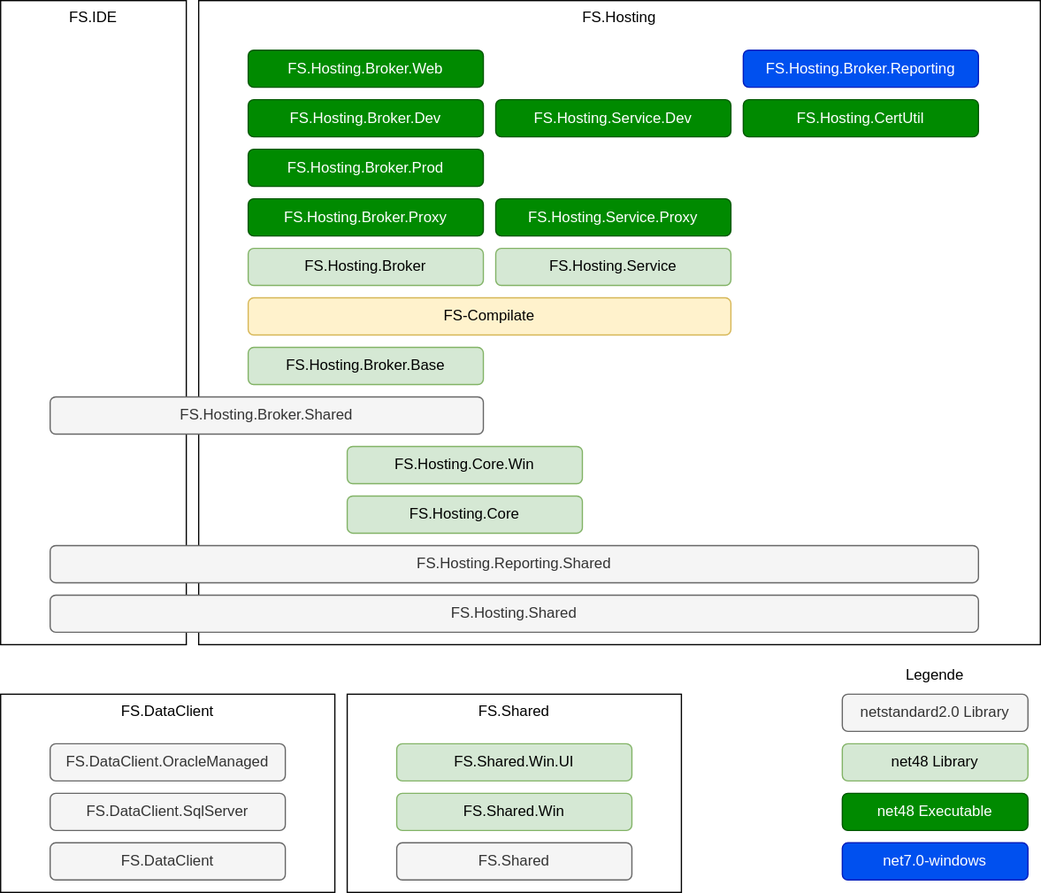
The draw.io diagram v4.8.preview/doc/weitere-themen/media/assembly-struktur.drawio.svg in FrameworkSystemsGmbH/fsdocs, before a commit. Source tidied: cells renumbered, new cells last; positions are measured from the earlier drawing's top-left corner, leaving out a move shared by most shapes.
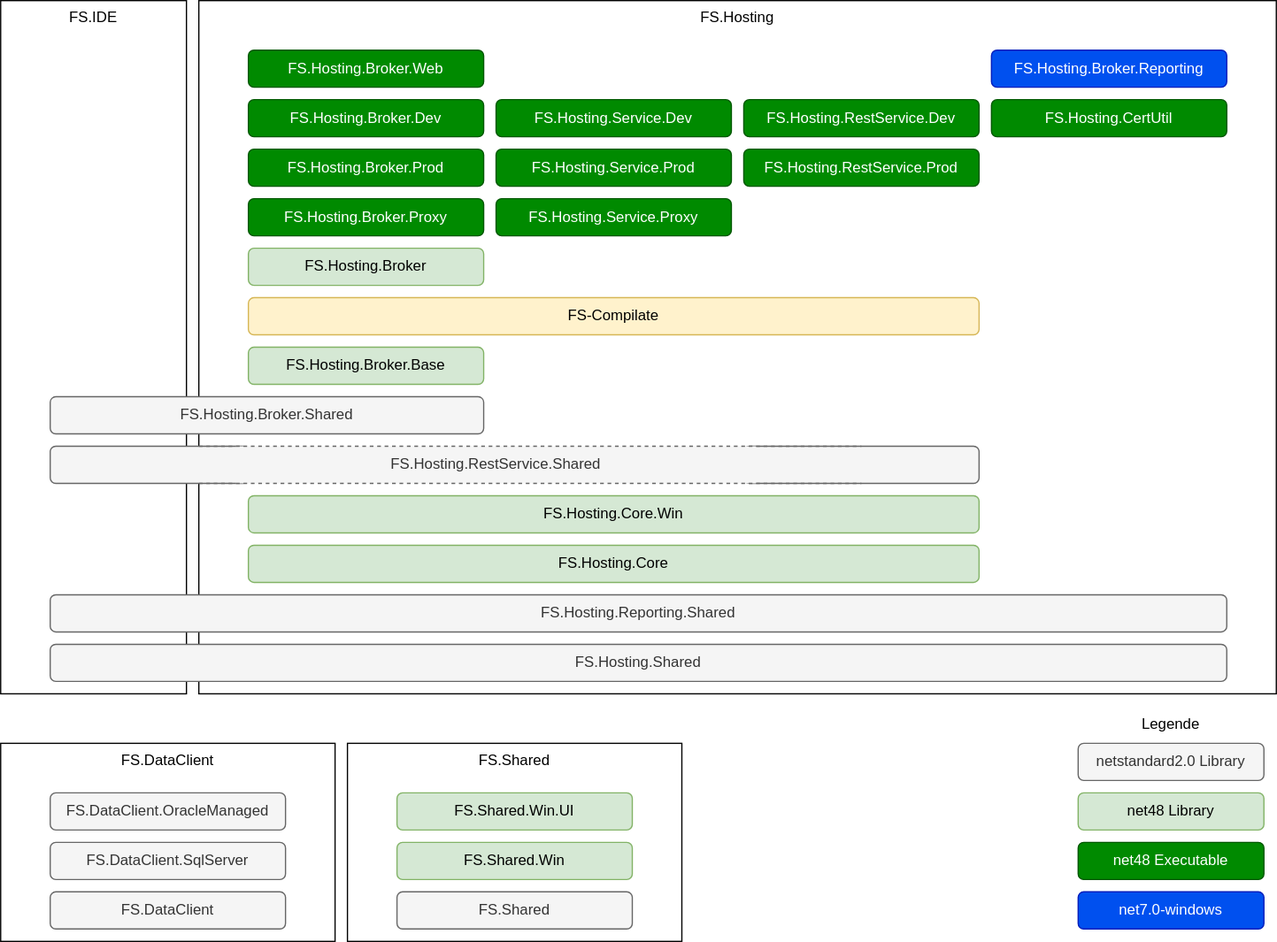
Above is the later version.

What changed in the source:
```diff
@@ -3,10 +3,10 @@
     <mxCell id="0" />
     <mxCell id="1" parent="0" />
     <mxCell id="2" value="FS.IDE" style="rounded=0;whiteSpace=wrap;html=1;align=center;verticalAlign=top;fillColor=none;" parent="1" vertex="1">
-      <mxGeometry width="150" height="520" as="geometry" />
+      <mxGeometry y="-40" width="150" height="560" as="geometry" />
     </mxCell>
-    <mxCell id="3" value="FS.Hosting" style="rounded=0;whiteSpace=wrap;html=1;align=center;verticalAlign=top;fillColor=none;" parent="1" vertex="1">
-      <mxGeometry x="160" width="680" height="520" as="geometry" />
+    <mxCell id="3" value="FS.Hosting" style="rounded=0;whiteSpace=wrap;html=1;align=center;verticalAlign=top;fillColor=none;strokeColor=default;" parent="1" vertex="1">
+      <mxGeometry x="160" y="-40" width="870" height="560" as="geometry" />
     </mxCell>
     <mxCell id="4" value="FS.DataClient" style="rounded=0;whiteSpace=wrap;html=1;align=center;verticalAlign=top;fillColor=none;" parent="1" vertex="1">
       <mxGeometry y="560" width="270" height="160" as="geometry" />
@@ -15,16 +15,16 @@
       <mxGeometry x="280" y="560" width="270" height="160" as="geometry" />
     </mxCell>
     <mxCell id="6" value="netstandard2.0 Library" style="rounded=1;whiteSpace=wrap;html=1;fontFamily=Helvetica;fontSize=12;fontColor=#333333;align=center;strokeColor=#666666;fillColor=#f5f5f5;" parent="1" vertex="1">
-      <mxGeometry x="680" y="560" width="150" height="30" as="geometry" />
+      <mxGeometry x="870" y="560" width="150" height="30" as="geometry" />
     </mxCell>
     <mxCell id="7" value="Legende" style="text;html=1;strokeColor=none;fillColor=none;align=center;verticalAlign=middle;whiteSpace=wrap;rounded=0;" parent="1" vertex="1">
-      <mxGeometry x="725" y="530" width="60" height="30" as="geometry" />
+      <mxGeometry x="915" y="530" width="60" height="30" as="geometry" />
     </mxCell>
     <mxCell id="8" value="net48 Library" style="rounded=1;whiteSpace=wrap;html=1;fontFamily=Helvetica;fontSize=12;fontColor=default;align=center;strokeColor=#82b366;fillColor=#d5e8d4;" parent="1" vertex="1">
-      <mxGeometry x="680" y="600" width="150" height="30" as="geometry" />
+      <mxGeometry x="870" y="600" width="150" height="30" as="geometry" />
     </mxCell>
     <mxCell id="9" value="net7.0-windows" style="rounded=1;whiteSpace=wrap;html=1;fontFamily=Helvetica;fontSize=12;fontColor=#ffffff;align=center;strokeColor=#001DBC;fillColor=#0050ef;" parent="1" vertex="1">
-      <mxGeometry x="680" y="680" width="150" height="30" as="geometry" />
+      <mxGeometry x="870" y="680" width="150" height="30" as="geometry" />
     </mxCell>
     <mxCell id="10" value="FS.Shared" style="rounded=1;whiteSpace=wrap;html=1;fontFamily=Helvetica;fontSize=12;fontColor=#333333;align=center;strokeColor=#666666;fillColor=#f5f5f5;" parent="1" vertex="1">
       <mxGeometry x="320" y="680" width="190" height="30" as="geometry" />
@@ -36,16 +36,16 @@
       <mxGeometry x="320" y="600" width="190" height="30" as="geometry" />
     </mxCell>
     <mxCell id="13" value="FS.Hosting.Shared" style="rounded=1;whiteSpace=wrap;html=1;fontFamily=Helvetica;fontSize=12;fontColor=#333333;align=center;strokeColor=#666666;fillColor=#f5f5f5;" parent="1" vertex="1">
-      <mxGeometry x="40" y="480" width="750" height="30" as="geometry" />
+      <mxGeometry x="40" y="480" width="950" height="30" as="geometry" />
     </mxCell>
     <mxCell id="14" value="FS.Hosting.Broker.Dev" style="rounded=1;whiteSpace=wrap;html=1;fontFamily=Helvetica;fontSize=12;fontColor=#ffffff;align=center;strokeColor=#005700;fillColor=#008a00;" parent="1" vertex="1">
-      <mxGeometry x="200" y="80" width="190" height="30" as="geometry" />
+      <mxGeometry x="200" y="40" width="190" height="30" as="geometry" />
     </mxCell>
     <mxCell id="15" value="FS.Hosting.Core" style="rounded=1;whiteSpace=wrap;html=1;fontFamily=Helvetica;fontSize=12;fontColor=default;align=center;strokeColor=#82b366;fillColor=#d5e8d4;" parent="1" vertex="1">
-      <mxGeometry x="280" y="400" width="190" height="30" as="geometry" />
+      <mxGeometry x="200" y="400" width="590" height="30" as="geometry" />
     </mxCell>
     <mxCell id="16" value="FS.Hosting.Core.Win" style="rounded=1;whiteSpace=wrap;html=1;fontFamily=Helvetica;fontSize=12;fontColor=default;align=center;strokeColor=#82b366;fillColor=#d5e8d4;" parent="1" vertex="1">
-      <mxGeometry x="280" y="360" width="190" height="30" as="geometry" />
+      <mxGeometry x="200" y="360" width="590" height="30" as="geometry" />
     </mxCell>
     <mxCell id="17" value="FS.DataClient" style="rounded=1;whiteSpace=wrap;html=1;fontFamily=Helvetica;fontSize=12;fontColor=#333333;align=center;strokeColor=#666666;fillColor=#f5f5f5;" parent="1" vertex="1">
       <mxGeometry x="40" y="680" width="190" height="30" as="geometry" />
@@ -57,46 +57,67 @@
       <mxGeometry x="40" y="600" width="190" height="30" as="geometry" />
     </mxCell>
     <mxCell id="20" value="FS.Hosting.Broker.Prod" style="rounded=1;whiteSpace=wrap;html=1;fontFamily=Helvetica;fontSize=12;fontColor=#ffffff;align=center;strokeColor=#005700;fillColor=#008a00;" parent="1" vertex="1">
-      <mxGeometry x="200" y="120" width="190" height="30" as="geometry" />
+      <mxGeometry x="200" y="80" width="190" height="30" as="geometry" />
     </mxCell>
     <mxCell id="21" value="FS.Hosting.Broker.Proxy" style="rounded=1;whiteSpace=wrap;html=1;fontFamily=Helvetica;fontSize=12;fontColor=#ffffff;align=center;strokeColor=#005700;fillColor=#008a00;" parent="1" vertex="1">
-      <mxGeometry x="200" y="160" width="190" height="30" as="geometry" />
+      <mxGeometry x="200" y="120" width="190" height="30" as="geometry" />
     </mxCell>
     <mxCell id="22" value="FS.Hosting.Broker.Shared" style="rounded=1;whiteSpace=wrap;html=1;fontFamily=Helvetica;fontSize=12;align=center;fillColor=#f5f5f5;fontColor=#333333;strokeColor=#666666;" parent="1" vertex="1">
-      <mxGeometry x="40" y="320" width="350" height="30" as="geometry" />
+      <mxGeometry x="40" y="280" width="350" height="30" as="geometry" />
     </mxCell>
     <mxCell id="23" value="FS.Hosting.CertUtil" style="rounded=1;whiteSpace=wrap;html=1;fontFamily=Helvetica;fontSize=12;fontColor=#ffffff;align=center;strokeColor=#005700;fillColor=#008a00;" parent="1" vertex="1">
-      <mxGeometry x="600" y="80" width="190" height="30" as="geometry" />
+      <mxGeometry x="800" y="40" width="190" height="30" as="geometry" />
     </mxCell>
     <mxCell id="24" value="FS.Hosting.Broker" style="rounded=1;whiteSpace=wrap;html=1;fontFamily=Helvetica;fontSize=12;fontColor=default;align=center;strokeColor=#82b366;fillColor=#d5e8d4;" parent="1" vertex="1">
-      <mxGeometry x="200" y="200" width="190" height="30" as="geometry" />
+      <mxGeometry x="200" y="160" width="190" height="30" as="geometry" />
     </mxCell>
     <mxCell id="25" value="FS.Hosting.Reporting.Shared" style="rounded=1;whiteSpace=wrap;html=1;fontFamily=Helvetica;fontSize=12;fontColor=#333333;align=center;strokeColor=#666666;fillColor=#f5f5f5;" parent="1" vertex="1">
-      <mxGeometry x="40" y="440" width="750" height="30" as="geometry" />
+      <mxGeometry x="40" y="440" width="950" height="30" as="geometry" />
     </mxCell>
-    <mxCell id="26" value="FS.Hosting.Service" style="rounded=1;whiteSpace=wrap;html=1;fontFamily=Helvetica;fontSize=12;fontColor=default;align=center;strokeColor=#82b366;fillColor=#d5e8d4;" parent="1" vertex="1">
-      <mxGeometry x="400" y="200" width="190" height="30" as="geometry" />
-    </mxCell>
     <mxCell id="27" value="FS.Hosting.Service.Dev" style="rounded=1;whiteSpace=wrap;html=1;fontFamily=Helvetica;fontSize=12;fontColor=#ffffff;align=center;strokeColor=#005700;fillColor=#008a00;" parent="1" vertex="1">
-      <mxGeometry x="400" y="80" width="190" height="30" as="geometry" />
+      <mxGeometry x="400" y="40" width="190" height="30" as="geometry" />
     </mxCell>
     <mxCell id="28" value="FS.Hosting.Service.Proxy" style="rounded=1;whiteSpace=wrap;html=1;fontFamily=Helvetica;fontSize=12;fontColor=#ffffff;align=center;strokeColor=#005700;fillColor=#008a00;" parent="1" vertex="1">
-      <mxGeometry x="400" y="160" width="190" height="30" as="geometry" />
+      <mxGeometry x="400" y="120" width="190" height="30" as="geometry" />
     </mxCell>
     <mxCell id="29" value="FS.Hosting.Broker.Web" style="rounded=1;whiteSpace=wrap;html=1;fontFamily=Helvetica;fontSize=12;fontColor=#ffffff;align=center;strokeColor=#005700;fillColor=#008a00;" parent="1" vertex="1">
-      <mxGeometry x="200" y="40" width="190" height="30" as="geometry" />
+      <mxGeometry x="200" width="190" height="30" as="geometry" />
     </mxCell>
     <mxCell id="30" value="FS.Hosting.Broker.Reporting" style="rounded=1;whiteSpace=wrap;html=1;fontFamily=Helvetica;fontSize=12;align=center;strokeColor=#001DBC;fillColor=#0050ef;fontColor=#ffffff;" parent="1" vertex="1">
-      <mxGeometry x="600" y="40" width="190" height="30" as="geometry" />
+      <mxGeometry x="800" width="190" height="30" as="geometry" />
     </mxCell>
     <mxCell id="31" value="FS.Hosting.Broker.Base" style="rounded=1;whiteSpace=wrap;html=1;fontFamily=Helvetica;fontSize=12;fontColor=default;align=center;strokeColor=#82b366;fillColor=#d5e8d4;" parent="1" vertex="1">
-      <mxGeometry x="200" y="280" width="190" height="30" as="geometry" />
+      <mxGeometry x="200" y="240" width="190" height="30" as="geometry" />
     </mxCell>
     <mxCell id="32" value="FS-Compilate" style="rounded=1;whiteSpace=wrap;html=1;fillColor=#fff2cc;strokeColor=#d6b656;" parent="1" vertex="1">
-      <mxGeometry x="200" y="240" width="390" height="30" as="geometry" />
+      <mxGeometry x="200" y="200" width="590" height="30" as="geometry" />
     </mxCell>
     <mxCell id="33" value="net48 Executable" style="rounded=1;whiteSpace=wrap;html=1;fontFamily=Helvetica;fontSize=12;fontColor=#ffffff;align=center;strokeColor=#005700;fillColor=#008a00;" parent="1" vertex="1">
-      <mxGeometry x="680" y="640" width="150" height="30" as="geometry" />
+      <mxGeometry x="870" y="640" width="150" height="30" as="geometry" />
     </mxCell>
+    <mxCell id="34" value="FS.Hosting.Service.Prod" style="rounded=1;whiteSpace=wrap;html=1;fontFamily=Helvetica;fontSize=12;fontColor=#ffffff;align=center;strokeColor=#005700;fillColor=#008a00;" parent="1" vertex="1">
+      <mxGeometry x="400" y="80" width="190" height="30" as="geometry" />
+    </mxCell>
+    <mxCell id="35" value="FS.Hosting.RestService.Dev" style="rounded=1;whiteSpace=wrap;html=1;fontFamily=Helvetica;fontSize=12;fontColor=#ffffff;align=center;strokeColor=#005700;fillColor=#008a00;" parent="1" vertex="1">
+      <mxGeometry x="600" y="40" width="190" height="30" as="geometry" />
+    </mxCell>
+    <mxCell id="36" value="FS.Hosting.RestService.Prod" style="rounded=1;whiteSpace=wrap;html=1;fontFamily=Helvetica;fontSize=12;fontColor=#ffffff;align=center;strokeColor=#005700;fillColor=#008a00;" parent="1" vertex="1">
+      <mxGeometry x="600" y="80" width="190" height="30" as="geometry" />
+    </mxCell>
+    <mxCell id="37" style="rounded=1;whiteSpace=wrap;html=1;fontFamily=Helvetica;fontSize=12;align=center;fillColor=#f5f5f5;fontColor=#333333;strokeColor=#666666;" parent="1" vertex="1">
+      <mxGeometry x="40" y="320" width="160" height="30" as="geometry" />
+    </mxCell>
+    <mxCell id="38" style="rounded=1;whiteSpace=wrap;html=1;fontFamily=Helvetica;fontSize=12;align=center;fillColor=#f5f5f5;fontColor=#333333;strokeColor=#666666;" parent="1" vertex="1">
+      <mxGeometry x="600" y="320" width="190" height="30" as="geometry" />
+    </mxCell>
+    <mxCell id="39" value="FS.Hosting.RestService.Shared" style="rounded=0;whiteSpace=wrap;html=1;fontFamily=Helvetica;fontSize=12;align=center;fillColor=#f5f5f5;fontColor=#333333;strokeColor=none;" parent="1" vertex="1">
+      <mxGeometry x="190" y="320" width="420" height="30" as="geometry" />
+    </mxCell>
+    <mxCell id="40" style="endArrow=none;dashed=1;html=1;exitX=0.75;exitY=0;exitDx=0;exitDy=0;entryX=0.5;entryY=0;entryDx=0;entryDy=0;strokeColor=#666666;" parent="1" edge="1" source="37" target="38">
+      <mxGeometry relative="1" as="geometry" />
+    </mxCell>
+    <mxCell id="41" style="endArrow=none;dashed=1;html=1;exitX=0.75;exitY=1;exitDx=0;exitDy=0;entryX=0.5;entryY=1;entryDx=0;entryDy=0;strokeColor=#666666;" parent="1" edge="1" source="37" target="38">
+      <mxGeometry relative="1" as="geometry" />
+    </mxCell>
   </root>
 </mxGraphModel>
```
